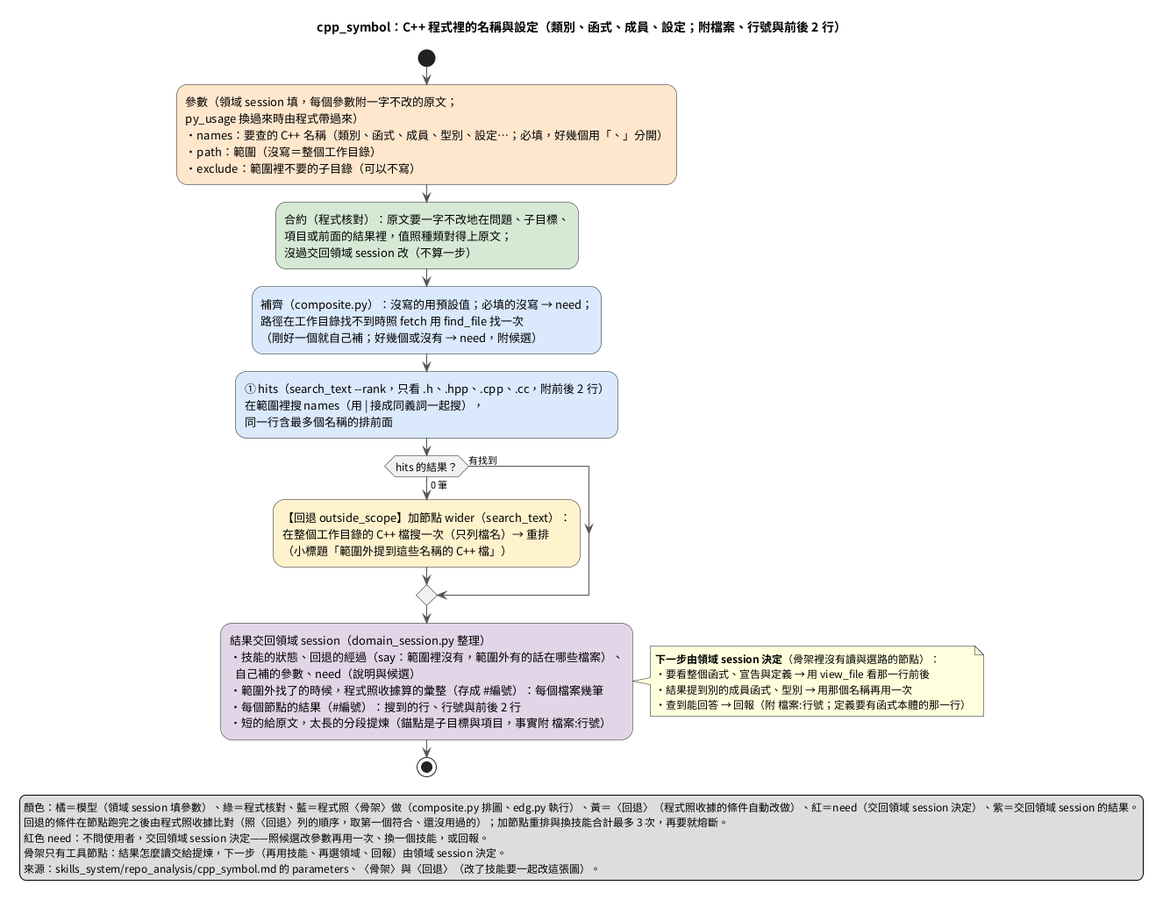
The PlantUML diagram doc/images/複合技能_cpp_symbol.png in DavidZox/Coding_agnet, before a commit.
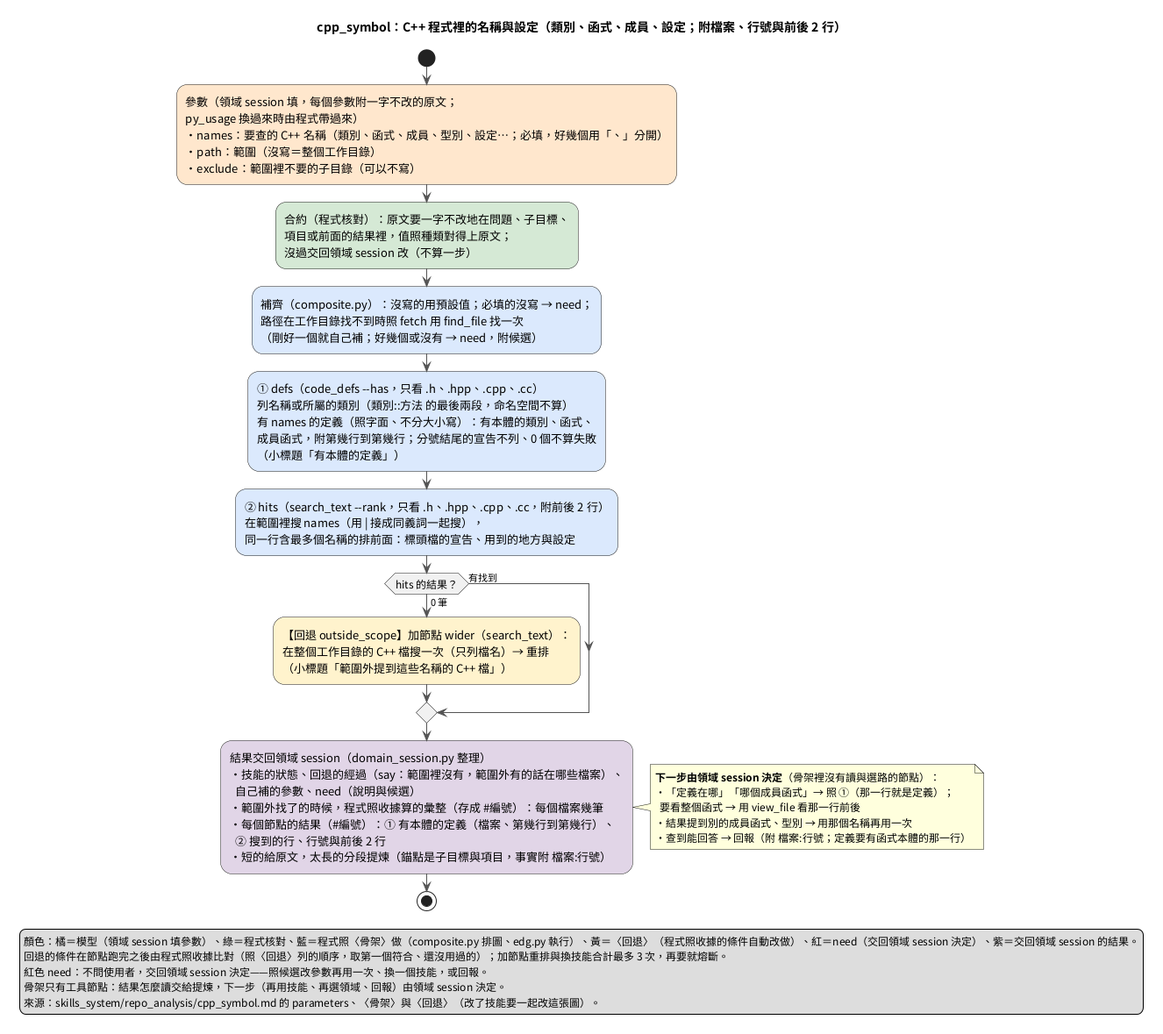
The same file after the commit.

Commit message:
docs: Round 30 - keep D1, update cpp_symbol docs and diagram, measure search-listing truncation

Change to the diagram source:
```diff
@@ -20,9 +20,14 @@
 :補齊（composite.py）：沒寫的用預設值；必填的沒寫 → need；
 路徑在工作目錄找不到時照 fetch 用 find_file 找一次
 （剛好一個就自己補；好幾個或沒有 → need，附候選）; <<#DAE8FC>>
-:① hits（search_text --rank，只看 .h、.hpp、.cpp、.cc，附前後 2 行）
+:① defs（code_defs --has，只看 .h、.hpp、.cpp、.cc）
+列名稱或所屬的類別（類別::方法 的最後兩段，命名空間不算）
+有 names 的定義（照字面、不分大小寫）：有本體的類別、函式、
+成員函式，附第幾行到第幾行；分號結尾的宣告不列、0 個不算失敗
+（小標題「有本體的定義」）; <<#DAE8FC>>
+:② hits（search_text --rank，只看 .h、.hpp、.cpp、.cc，附前後 2 行）
 在範圍裡搜 names（用 | 接成同義詞一起搜），
-同一行含最多個名稱的排前面; <<#DAE8FC>>
+同一行含最多個名稱的排前面：標頭檔的宣告、用到的地方與設定; <<#DAE8FC>>
 if (hits 的結果？) then (0 筆)
   :【回退 outside_scope】加節點 wider（search_text）：
   在整個工作目錄的 C++ 檔搜一次（只列檔名）→ 重排
@@ -33,11 +38,13 @@
 ・技能的狀態、回退的經過（say：範圍裡沒有，範圍外有的話在哪些檔案）、
   自己補的參數、need（說明與候選）
 ・範圍外找了的時候，程式照收據算的彙整（存成 #編號）：每個檔案幾筆
-・每個節點的結果（#編號）：搜到的行、行號與前後 2 行
+・每個節點的結果（#編號）：① 有本體的定義（檔案、第幾行到第幾行）、
+  ② 搜到的行、行號與前後 2 行
 ・短的給原文，太長的分段提煉（錨點是子目標與項目，事實附 檔案:行號）; <<#E1D5E7>>
 note right
   **下一步由領域 session 決定**（骨架裡沒有讀與選路的節點）：
-  ・要看整個函式、宣告與定義 → 用 view_file 看那一行前後
+  ・「定義在哪」「哪個成員函式」→ 照 ①（那一行就是定義）；
+    要看整個函式 → 用 view_file 看那一行前後
   ・結果提到別的成員函式、型別 → 用那個名稱再用一次
   ・查到能回答 → 回報（附 檔案:行號；定義要有函式本體的那一行）
 end note
```
